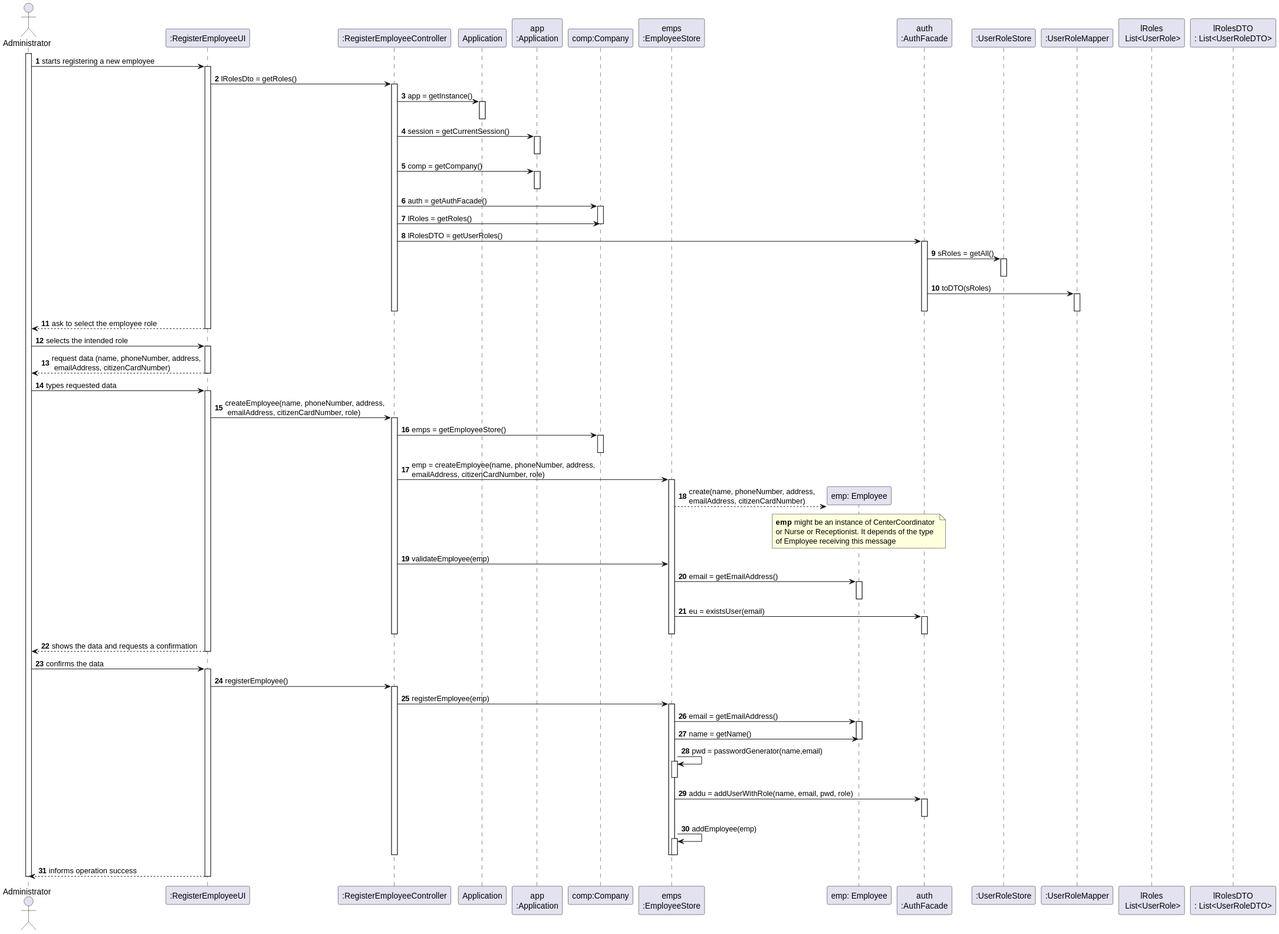
Before: docs/SprintB/UserStories/US10/US010_SD.svg, a diagram exported from PlantUML (diogonapoles/isep-lapr2).
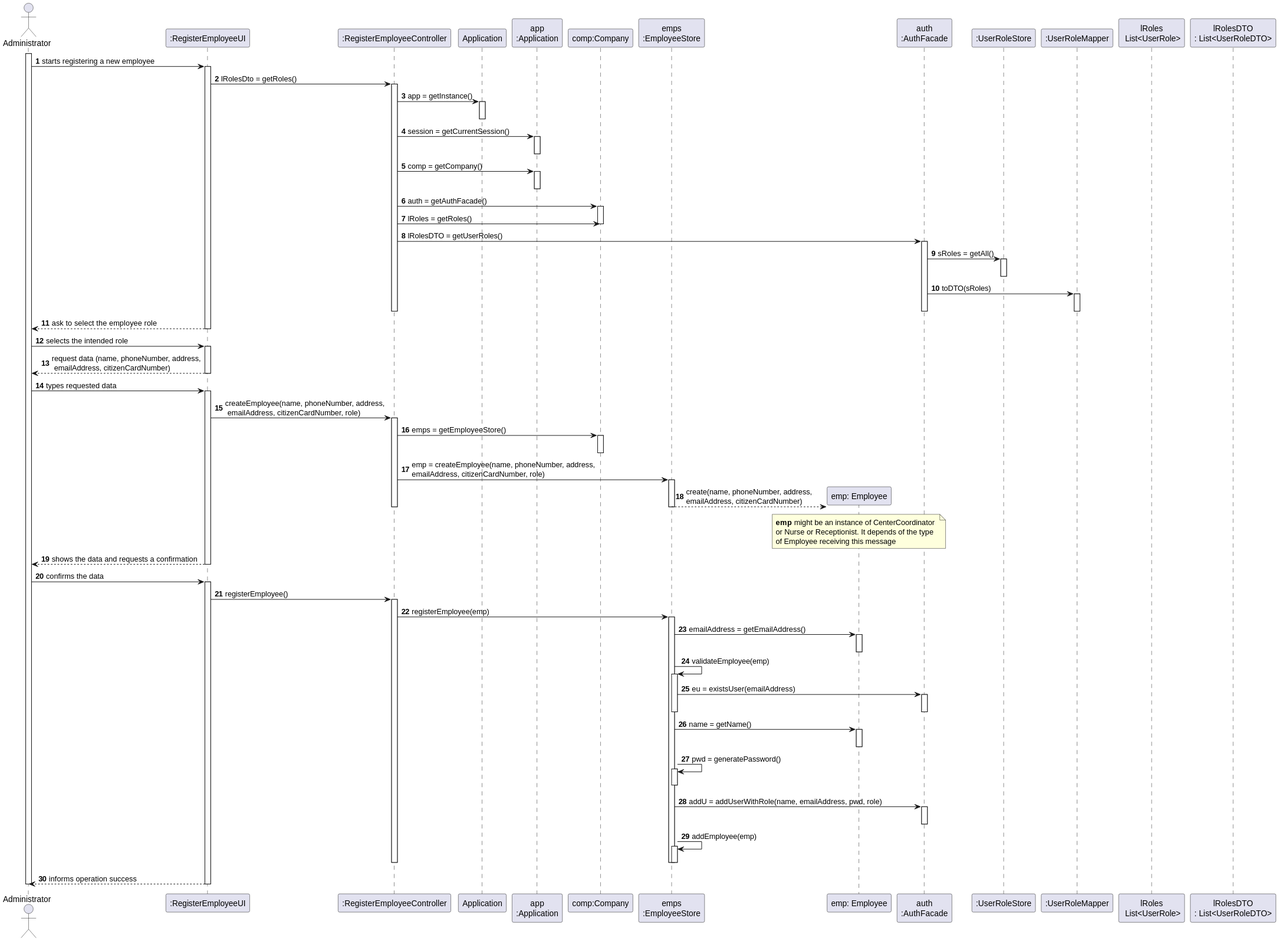
The same diagram one commit later.

The edit, as a diff of the source:
```diff
@@ -93,15 +93,6 @@
 note over EMP : **emp** might be an instance of CenterCoordinator \nor Nurse or Receptionist. It depends of the type \nof Employee receiving this message
 
 
-CTRL -> EMPS : validateEmployee(emp)
-
-EMPS -> EMP : email = getEmailAddress()
-activate EMP
-deactivate EMP
-
-EMPS -> AF : eu = existsUser(email)
-activate AF
-deactivate AF
 deactivate CTRL
 deactivate EMPS
 
@@ -119,20 +110,31 @@
 CTRL -> EMPS: registerEmployee(emp)
 activate EMPS
 
-EMPS -> EMP : email = getEmailAddress()
+
+EMPS ->  EMP: emailAddress = getEmailAddress()
 activate EMP
-
-EMPS -> EMP : name = getName()
-
 deactivate EMP
 
-EMPS -> EMPS : pwd = passwordGenerator(name,email)
+EMPS -> EMPS : validateEmployee(emp)
+activate EMPS
+EMPS -> AF : eu = existsUser(emailAddress)
+activate AF
+deactivate AF
+deactivate EMPS
+
+
+EMPS ->  EMP: name = getName()
+activate EMP
+deactivate EMP
+
+EMPS -> EMPS : pwd = generatePassword()
 activate EMPS
 deactivate EMPS
 
-EMPS -> AF : addu = addUserWithRole(name, email, pwd, role)
+EMPS -> AF : addU = addUserWithRole(name, emailAddress, pwd, role)
 activate AF
 deactivate AF
+
 
 EMPS -> EMPS : addEmployee(emp)
 activate EMPS
```
